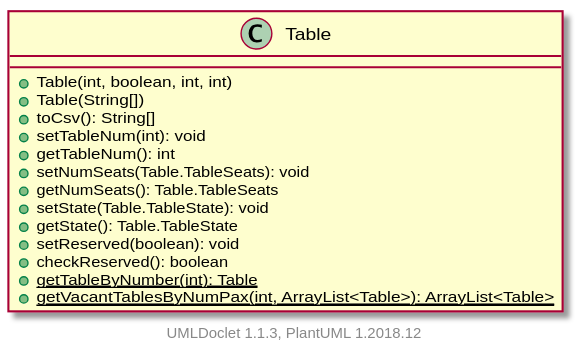
Before: projects/oodp/html/umlversion/uml/sg.edu.ntu.scse.cz2002.features.Table.svg, a diagram exported from PlantUML (itachi1706/How-to-use-Git-NTUSCSE1819-Site). Source of this version:
```plantuml
@startuml

    class Table {
        +Table(int, boolean, int, int)
        +Table(String[])
        +toCsv(): String[]
        +setTableNum(int): void
        +getTableNum(): int
        +setNumSeats(Table.TableSeats): void
        +getNumSeats(): Table.TableSeats
        +setState(Table.TableState): void
        +getState(): Table.TableState
        +setReserved(boolean): void
        +checkReserved(): boolean
        {static} +getTableByNumber(int): Table
        {static} +getVacantTablesByNumPax(int, ArrayList<Table>): ArrayList<Table>
    }


    center footer UMLDoclet 1.1.3, PlantUML 1.2018.12
@enduml
```
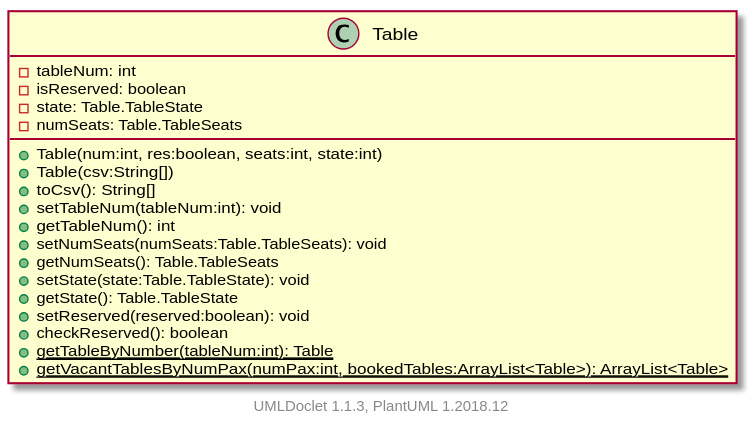
Later version of the same file.

The edit, as a diff of the source:
```diff
@@ -1,19 +1,23 @@
 @startuml
 
-    class Table {
-        +Table(int, boolean, int, int)
-        +Table(String[])
+    class Table [[../sg/edu/ntu/scse/cz2002/features/Table.html]] {
+        -tableNum: int
+        -isReserved: boolean
+        -state: Table.TableState
+        -numSeats: Table.TableSeats
+        +Table(num:int, res:boolean, seats:int, state:int)
+        +Table(csv:String[])
         +toCsv(): String[]
-        +setTableNum(int): void
+        +setTableNum(tableNum:int): void
         +getTableNum(): int
-        +setNumSeats(Table.TableSeats): void
+        +setNumSeats(numSeats:Table.TableSeats): void
         +getNumSeats(): Table.TableSeats
-        +setState(Table.TableState): void
+        +setState(state:Table.TableState): void
         +getState(): Table.TableState
-        +setReserved(boolean): void
+        +setReserved(reserved:boolean): void
         +checkReserved(): boolean
-        {static} +getTableByNumber(int): Table
-        {static} +getVacantTablesByNumPax(int, ArrayList<Table>): ArrayList<Table>
+        {static} +getTableByNumber(tableNum:int): Table
+        {static} +getVacantTablesByNumPax(numPax:int, bookedTables:ArrayList<Table>): ArrayList<Table>
     }
 
 
```
